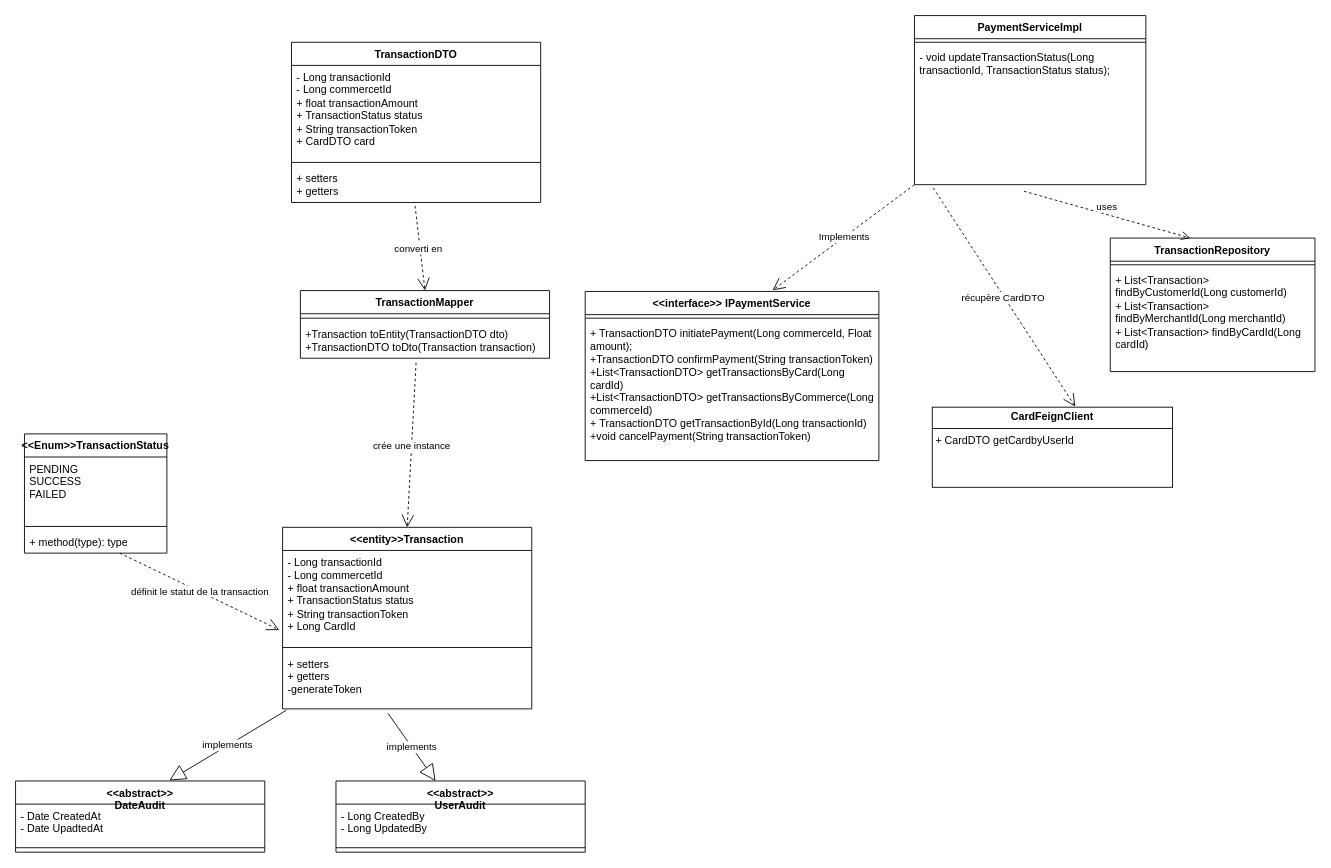
msisitr/aventix-design keeps this draw.io diagram as Diagramme_de_classe_payment_service.drawio. Above is the earlier version. Source tidied: cells renumbered, new cells numbered last; positions are measured from the earlier drawing's top-left corner, leaving out a move shared by most shapes. Both pictures are drawn from the tidied source at 89%, with x=0, y=0 at pixel (15, 15).
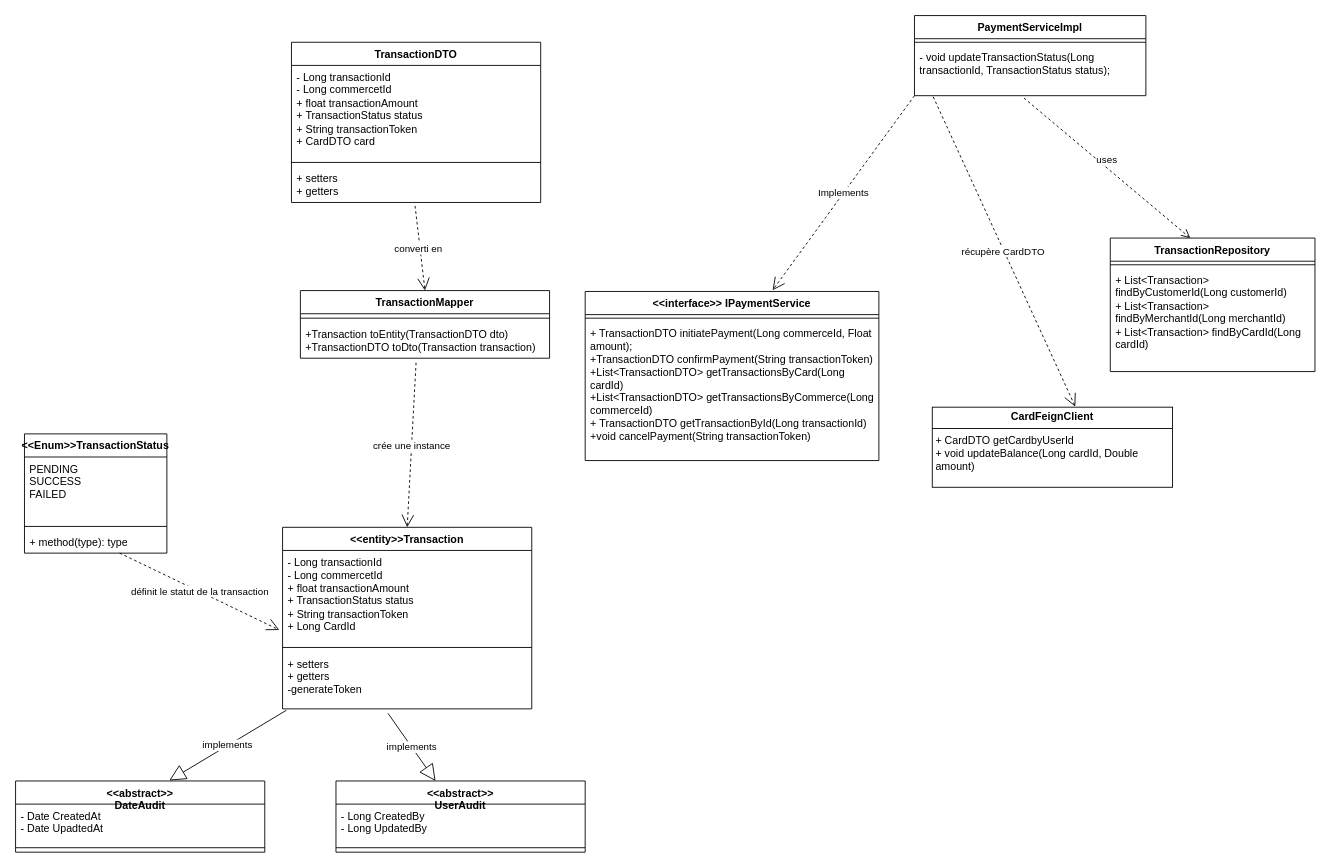
The same page after the edit.

Diff of the diagram source:
```diff
@@
-    <mxCell id="2" value="&lt;p style=&quot;margin:0px;margin-top:4px;text-align:center;&quot;&gt;&lt;b&gt;CardFeignClient&lt;/b&gt;&lt;/p&gt;&lt;hr size=&quot;1&quot; style=&quot;border-style:solid;&quot;&gt;&lt;p style=&quot;margin:0px;margin-left:4px;&quot;&gt;&lt;/p&gt;&lt;p style=&quot;margin:0px;margin-left:4px;&quot;&gt;+ CardDTO getCardbyUserId&lt;/p&gt;&lt;p style=&quot;margin:0px;margin-left:4px;&quot;&gt;&lt;br&gt;&lt;/p&gt;" style="verticalAlign=top;align=left;overflow=fill;html=1;whiteSpace=wrap;" parent="1" vertex="1">
+    <mxCell id="2" value="&lt;p style=&quot;margin:0px;margin-top:4px;text-align:center;&quot;&gt;&lt;b&gt;CardFeignClient&lt;/b&gt;&lt;/p&gt;&lt;hr size=&quot;1&quot; style=&quot;border-style:solid;&quot;&gt;&lt;p style=&quot;margin:0px;margin-left:4px;&quot;&gt;&lt;/p&gt;&lt;p style=&quot;margin:0px;margin-left:4px;&quot;&gt;+ CardDTO getCardbyUserId&lt;/p&gt;&lt;p style=&quot;margin:0px;margin-left:4px;&quot;&gt;&lt;span class=&quot;hljs-keyword&quot;&gt;+ void&lt;/span&gt; &lt;span class=&quot;hljs-title function_&quot;&gt;updateBalance&lt;/span&gt;&lt;span class=&quot;hljs-params&quot;&gt;(Long cardId, Double amount)&lt;/span&gt;&lt;/p&gt;&lt;p style=&quot;margin:0px;margin-left:4px;&quot;&gt;&lt;br&gt;&lt;/p&gt;" style="verticalAlign=top;align=left;overflow=fill;html=1;whiteSpace=wrap;" parent="1" vertex="1">
       <mxGeometry x="1030" y="440" width="270" height="90" as="geometry" />
     </mxCell>
@@
     <mxCell id="4" value="PaymentServiceImpl" style="swimlane;fontStyle=1;align=center;verticalAlign=top;horizontal=1;startSize=26;whiteSpace=wrap;html=1;" parent="1" vertex="1">
-      <mxGeometry x="1010" width="260" height="190" as="geometry" />
+      <mxGeometry x="1010" width="260" height="90" as="geometry" />
     </mxCell>
@@
     <mxCell id="6" value="&lt;div&gt;&lt;span class=&quot;hljs-keyword&quot;&gt;- void&lt;/span&gt; &lt;span class=&quot;hljs-title function_&quot;&gt;updateTransactionStatus&lt;/span&gt;&lt;span class=&quot;hljs-params&quot;&gt;(Long transactionId, TransactionStatus status)&lt;/span&gt;;&lt;/div&gt;" style="text;strokeColor=none;fillColor=none;align=left;verticalAlign=top;spacingLeft=4;spacingRight=4;overflow=hidden;points=[[0,0.5],[1,0.5]];portConstraint=eastwest;whiteSpace=wrap;html=1;" parent="4" vertex="1">
-      <mxGeometry y="34" width="260" height="156" as="geometry" />
+      <mxGeometry y="34" width="260" height="56" as="geometry" />
     </mxCell>
```
